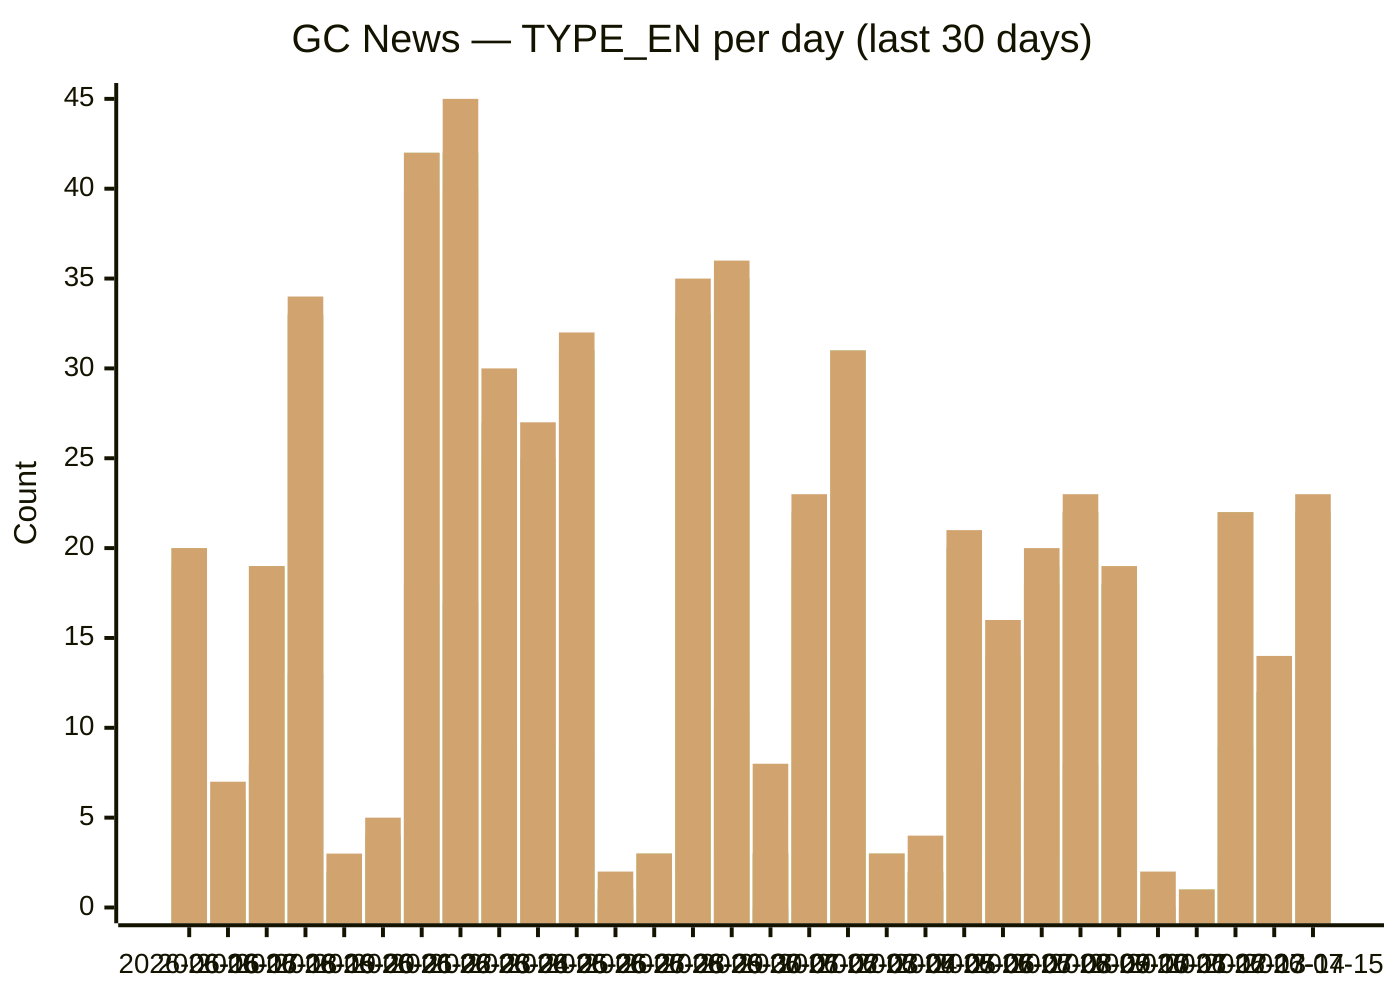
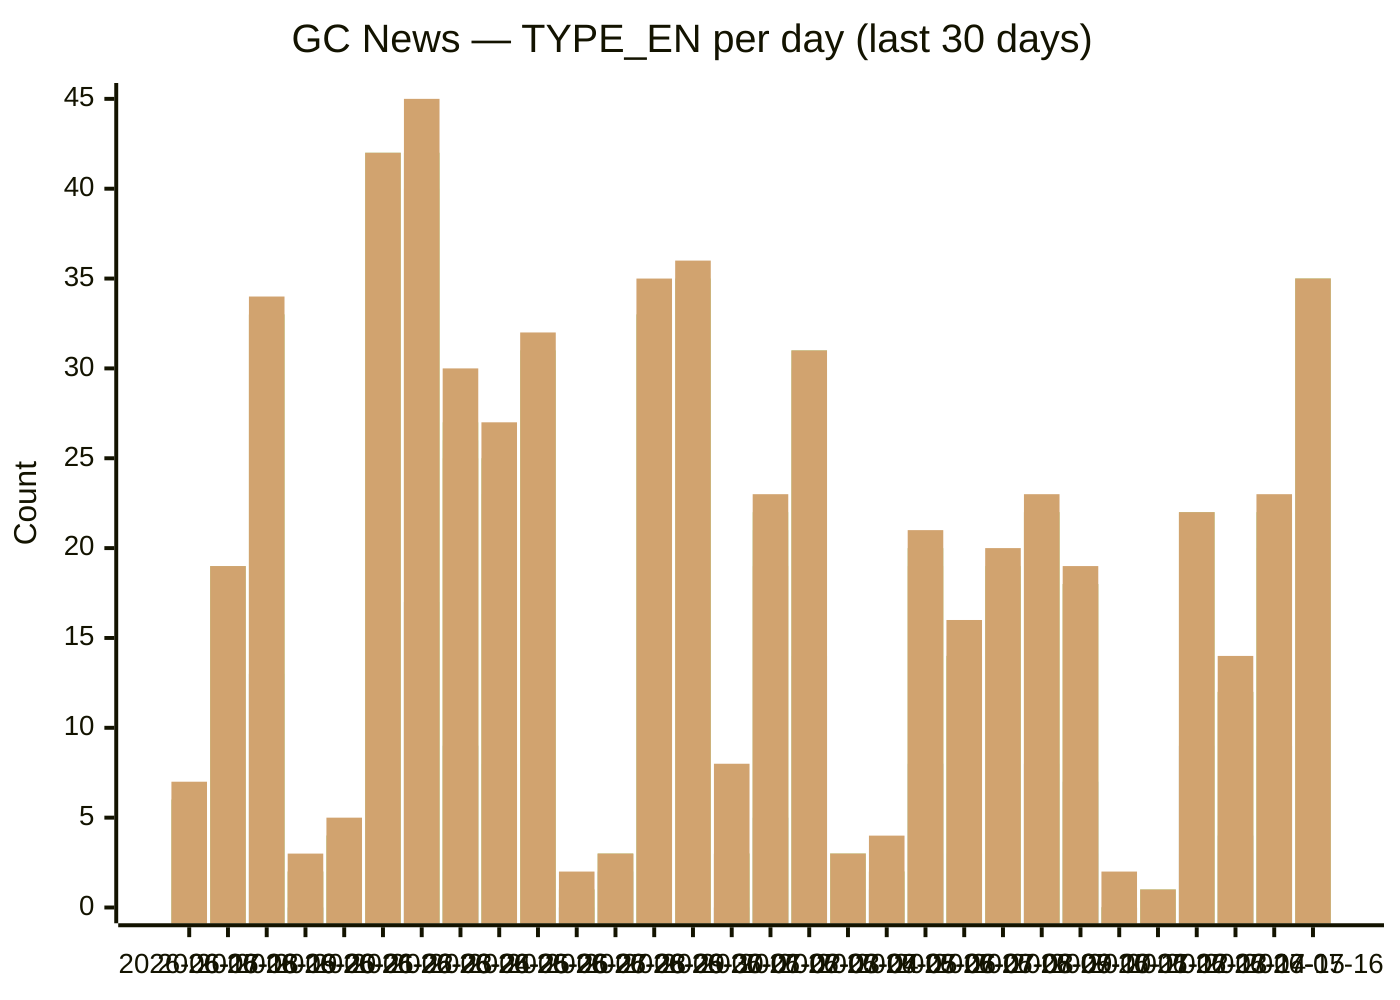
```mermaid
xychart-beta
  title "GC News — TYPE_EN per day (last 30 days)"
-   x-axis [2026-06-16, 2026-06-17, 2026-06-18, 2026-06-19, 2026-06-20, 2026-06-21, 2026-06-22, 2026-06-23, 2026-06-24, 2026-06-25, 2026-06-26, 2026-06-27, 2026-06-28, 2026-06-29, 2026-06-30, 2026-07-01, 2026-07-02, 2026-07-03, 2026-07-04, 2026-07-05, 2026-07-06, 2026-07-07, 2026-07-08, 2026-07-09, 2026-07-10, 2026-07-11, 2026-07-12, 2026-07-13, 2026-07-14, 2026-07-15]
+   x-axis [2026-06-17, 2026-06-18, 2026-06-19, 2026-06-20, 2026-06-21, 2026-06-22, 2026-06-23, 2026-06-24, 2026-06-25, 2026-06-26, 2026-06-27, 2026-06-28, 2026-06-29, 2026-06-30, 2026-07-01, 2026-07-02, 2026-07-03, 2026-07-04, 2026-07-05, 2026-07-06, 2026-07-07, 2026-07-08, 2026-07-09, 2026-07-10, 2026-07-11, 2026-07-12, 2026-07-13, 2026-07-14, 2026-07-15, 2026-07-16]
  y-axis "Count" 0 --> 45
-   bar backgrounders [3, 1, 2, 2, 0, 0, 3, 6, 2, 2, 3, 0, 0, 4, 3, 0, 1, 3, 1, 0, 3, 2, 2, 3, 3, 0, 0, 3, 3, 3]
-   bar "media advisories" [4, 1, 8, 13, 0, 2, 18, 17, 9, 8, 9, 0, 2, 16, 11, 0, 5, 14, 1, 1, 8, 3, 7, 8, 7, 0, 0, 9, 4, 9]
-   bar "news releases" [19, 6, 19, 33, 2, 4, 40, 40, 25, 23, 30, 1, 3, 33, 33, 3, 19, 30, 3, 2, 19, 14, 18, 22, 18, 0, 1, 22, 12, 20]
-   bar readouts [19, 6, 19, 33, 2, 4, 42, 42, 26, 25, 31, 1, 3, 33, 35, 3, 21, 31, 3, 2, 20, 14, 18, 22, 18, 0, 1, 22, 12, 22]
-   bar speeches [20, 6, 19, 33, 2, 4, 42, 42, 27, 25, 31, 1, 3, 33, 35, 3, 22, 31, 3, 2, 20, 14, 19, 22, 18, 0, 1, 22, 12, 22]
-   bar statements [20, 7, 19, 34, 3, 5, 42, 45, 30, 27, 32, 2, 3, 35, 36, 8, 23, 31, 3, 4, 21, 16, 20, 23, 19, 2, 1, 22, 14, 23]
+   bar backgrounders [1, 2, 2, 0, 0, 3, 6, 2, 2, 3, 0, 0, 4, 3, 0, 1, 3, 1, 0, 3, 2, 2, 3, 3, 0, 0, 3, 3, 3, 4]
+   bar "media advisories" [1, 8, 13, 0, 2, 18, 17, 9, 8, 9, 0, 2, 16, 11, 0, 5, 14, 1, 1, 8, 3, 7, 8, 7, 0, 0, 9, 4, 9, 17]
+   bar "news releases" [6, 19, 33, 2, 4, 40, 40, 25, 23, 30, 1, 3, 33, 33, 3, 19, 30, 3, 2, 19, 14, 18, 22, 18, 0, 1, 22, 12, 20, 35]
+   bar readouts [6, 19, 33, 2, 4, 42, 42, 26, 25, 31, 1, 3, 33, 35, 3, 21, 31, 3, 2, 20, 14, 18, 22, 18, 0, 1, 22, 12, 22, 35]
+   bar speeches [6, 19, 33, 2, 4, 42, 42, 27, 25, 31, 1, 3, 33, 35, 3, 22, 31, 3, 2, 20, 14, 19, 22, 18, 0, 1, 22, 12, 22, 35]
+   bar statements [7, 19, 34, 3, 5, 42, 45, 30, 27, 32, 2, 3, 35, 36, 8, 23, 31, 3, 4, 21, 16, 20, 23, 19, 2, 1, 22, 14, 23, 35]
```